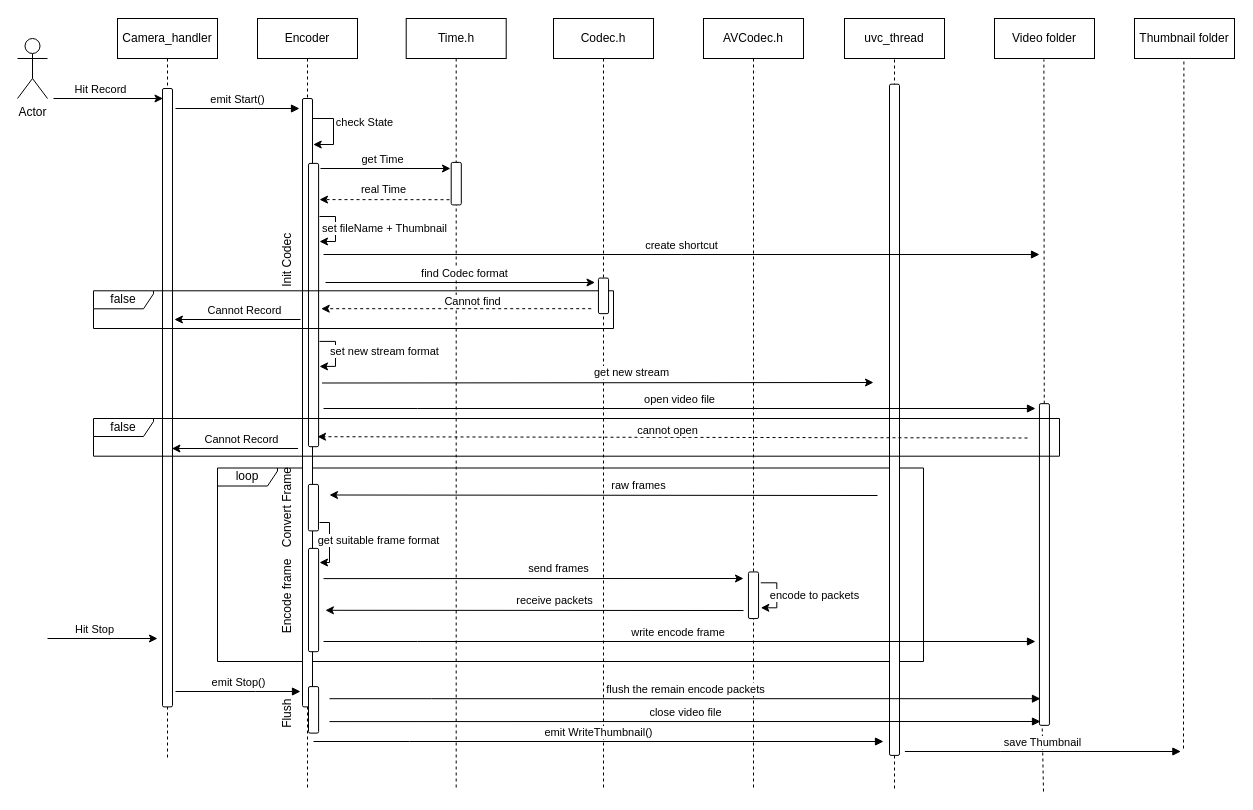
Above: Internal_Project.drawio in GNV8HC/Exercise (draw.io), before the change. Source tidied: cells renumbered, new cells numbered last; positions are measured from the earlier drawing's top-left corner, leaving out a move shared by most shapes. Both pictures are drawn from the tidied source at 100%, with x=0, y=0 at pixel (-142, 18).
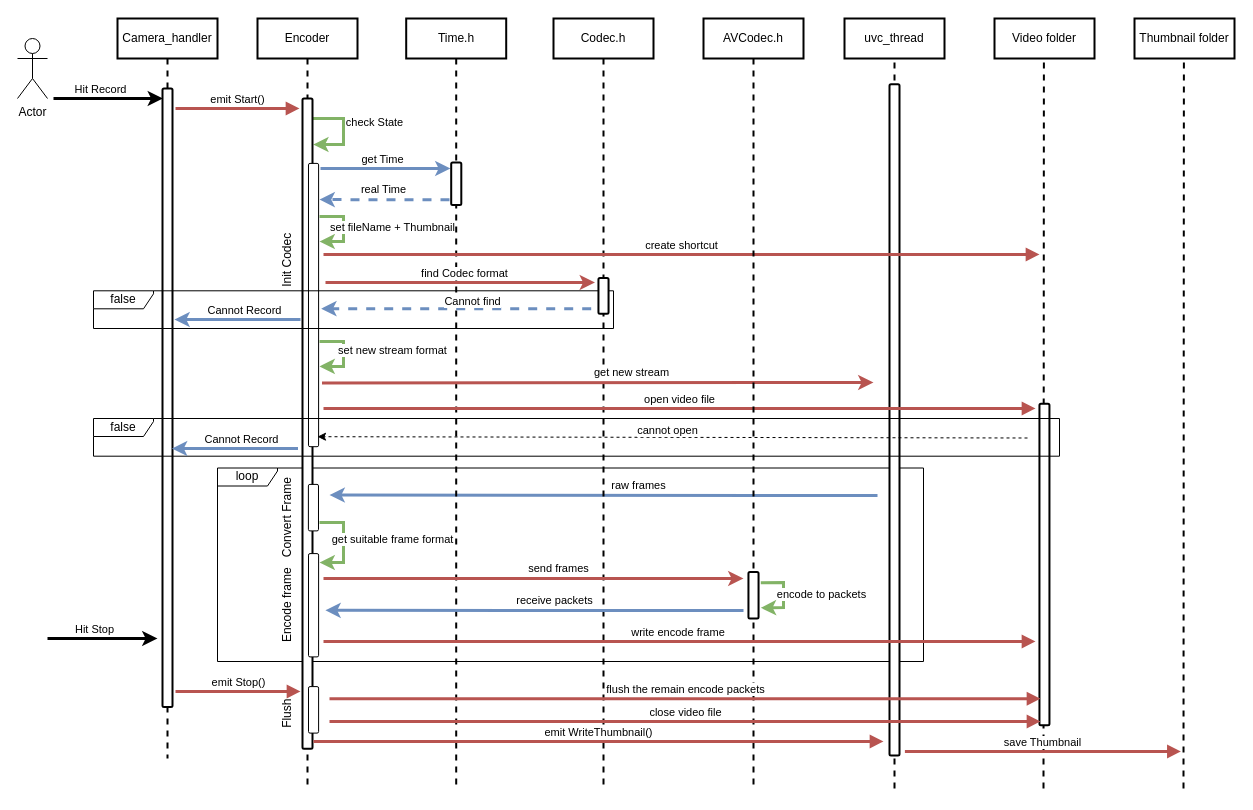
The same diagram, later.

Change to the diagram source:
```diff
@@
-    <mxCell id="3" value="Camera_handler" style="shape=umlLifeline;perimeter=lifelinePerimeter;whiteSpace=wrap;html=1;newEdgeStyle={&quot;edgeStyle&quot;:&quot;elbowEdgeStyle&quot;,&quot;elbow&quot;:&quot;vertical&quot;,&quot;curved&quot;:0,&quot;rounded&quot;:0};" parent="1" vertex="1">
+    <mxCell id="3" value="Camera_handler" style="shape=umlLifeline;perimeter=lifelinePerimeter;whiteSpace=wrap;html=1;newEdgeStyle={&quot;edgeStyle&quot;:&quot;elbowEdgeStyle&quot;,&quot;elbow&quot;:&quot;vertical&quot;,&quot;curved&quot;:0,&quot;rounded&quot;:0};strokeWidth=2;" parent="1" vertex="1">
       <mxGeometry x="259" width="100" height="740" as="geometry" />
     </mxCell>
-    <mxCell id="4" value="Encoder" style="shape=umlLifeline;perimeter=lifelinePerimeter;whiteSpace=wrap;html=1;newEdgeStyle={&quot;edgeStyle&quot;:&quot;elbowEdgeStyle&quot;,&quot;elbow&quot;:&quot;vertical&quot;,&quot;curved&quot;:0,&quot;rounded&quot;:0};" parent="1" vertex="1">
+    <mxCell id="4" value="Encoder" style="shape=umlLifeline;perimeter=lifelinePerimeter;whiteSpace=wrap;html=1;newEdgeStyle={&quot;edgeStyle&quot;:&quot;elbowEdgeStyle&quot;,&quot;elbow&quot;:&quot;vertical&quot;,&quot;curved&quot;:0,&quot;rounded&quot;:0};strokeWidth=2;" parent="1" vertex="1">
       <mxGeometry x="399" width="100" height="770" as="geometry" />
     </mxCell>
-    <mxCell id="5" value="emit Start()" style="html=1;verticalAlign=bottom;endArrow=block;edgeStyle=elbowEdgeStyle;elbow=vertical;curved=0;rounded=0;" parent="1" edge="1">
+    <mxCell id="5" value="emit Start()" style="html=1;verticalAlign=bottom;endArrow=block;edgeStyle=elbowEdgeStyle;elbow=vertical;curved=0;rounded=0;fillColor=#f8cecc;strokeColor=#b85450;strokeWidth=3;" parent="1" edge="1">
       <mxGeometry relative="1" as="geometry">
         <mxPoint x="317" y="90" as="sourcePoint" />
         <mxPoint x="441" y="90" as="targetPoint" />
         <Array as="points">
           <mxPoint x="396" y="90" />
         </Array>
       </mxGeometry>
     </mxCell>
-    <mxCell id="6" value="uvc_thread" style="rounded=0;whiteSpace=wrap;html=1;" parent="1" vertex="1">
+    <mxCell id="6" value="uvc_thread" style="rounded=0;whiteSpace=wrap;html=1;strokeWidth=2;" parent="1" vertex="1">
       <mxGeometry x="986" width="100" height="40" as="geometry" />
     </mxCell>
-    <mxCell id="7" style="endArrow=classic;html=1;rounded=0;" parent="1" edge="1">
+    <mxCell id="7" style="endArrow=classic;html=1;rounded=0;fillColor=#d5e8d4;strokeColor=#82b366;strokeWidth=3;" parent="1" edge="1">
       <mxGeometry relative="1" as="geometry">
         <mxPoint x="454.5" y="100" as="sourcePoint" />
         <mxPoint x="454.7" y="126" as="targetPoint" />
         <Array as="points">
-          <mxPoint x="475" y="100" />
-          <mxPoint x="475" y="126" />
+          <mxPoint x="485" y="100" />
+          <mxPoint x="485" y="126" />
         </Array>
       </mxGeometry>
     </mxCell>
@@
-    <mxCell id="9" style="rounded=1;whiteSpace=wrap;html=1;rotation=90;" parent="1" vertex="1">
-      <mxGeometry x="144.8" y="379.2" width="608.4" height="10" as="geometry" />
+    <mxCell id="9" style="rounded=1;whiteSpace=wrap;html=1;rotation=90;strokeWidth=2;" parent="1" vertex="1">
+      <mxGeometry x="123.9" y="400.1" width="650.2" height="10" as="geometry" />
     </mxCell>
@@
-    <mxCell id="11" style="rounded=1;whiteSpace=wrap;html=1;rotation=90;" parent="1" vertex="1">
+    <mxCell id="11" style="rounded=1;whiteSpace=wrap;html=1;rotation=90;strokeWidth=2;" parent="1" vertex="1">
       <mxGeometry x="-0.2" y="374.2" width="618.4" height="10" as="geometry" />
     </mxCell>
-    <mxCell id="12" style="endArrow=classic;html=1;rounded=0;" parent="1" edge="1">
+    <mxCell id="12" style="endArrow=classic;html=1;rounded=0;strokeWidth=3;" parent="1" edge="1">
       <mxGeometry relative="1" as="geometry">
         <mxPoint x="195" y="80" as="sourcePoint" />
         <mxPoint x="304.5" y="80" as="targetPoint" />
       </mxGeometry>
     </mxCell>
@@
-    <mxCell id="14" style="endArrow=classic;html=1;rounded=0;" parent="1" edge="1">
+    <mxCell id="14" style="endArrow=classic;html=1;rounded=0;strokeWidth=3;" parent="1" edge="1">
       <mxGeometry relative="1" as="geometry">
         <mxPoint x="189" y="620" as="sourcePoint" />
         <mxPoint x="299" y="620" as="targetPoint" />
       </mxGeometry>
     </mxCell>
@@
-    <mxCell id="16" value="emit Stop()" style="html=1;verticalAlign=bottom;endArrow=block;edgeStyle=elbowEdgeStyle;elbow=vertical;curved=0;rounded=0;" parent="1" edge="1">
+    <mxCell id="16" value="emit Stop()" style="html=1;verticalAlign=bottom;endArrow=block;edgeStyle=elbowEdgeStyle;elbow=vertical;curved=0;rounded=0;fillColor=#f8cecc;strokeColor=#b85450;strokeWidth=3;" parent="1" edge="1">
       <mxGeometry relative="1" as="geometry">
         <mxPoint x="317" y="673" as="sourcePoint" />
         <mxPoint x="442" y="673" as="targetPoint" />
         <Array as="points">
           <mxPoint x="397" y="673" />
         </Array>
       </mxGeometry>
     </mxCell>
-    <mxCell id="17" value="Video folder" style="rounded=0;whiteSpace=wrap;html=1;" parent="1" vertex="1">
+    <mxCell id="17" value="Video folder" style="rounded=0;whiteSpace=wrap;html=1;strokeWidth=2;" parent="1" vertex="1">
       <mxGeometry x="1136" width="100" height="40" as="geometry" />
     </mxCell>
-    <mxCell id="18" value="Thumbnail folder" style="rounded=0;whiteSpace=wrap;html=1;" parent="1" vertex="1">
+    <mxCell id="18" value="Thumbnail folder" style="rounded=0;whiteSpace=wrap;html=1;strokeWidth=2;" parent="1" vertex="1">
       <mxGeometry x="1276" width="100" height="40" as="geometry" />
     </mxCell>
-    <mxCell id="19" style="endArrow=none;dashed=1;html=1;rounded=0;entryX=0.5;entryY=1;entryDx=0;entryDy=0;" parent="1" edge="1" source="55">
+    <mxCell id="19" style="endArrow=none;dashed=1;html=1;rounded=0;entryX=0.5;entryY=1;entryDx=0;entryDy=0;strokeWidth=2;" parent="1" edge="1">
       <mxGeometry relative="1" as="geometry">
+        <mxPoint x="1185" y="770" as="sourcePoint" />
         <mxPoint x="1185.4" y="40.9" as="targetPoint" />
       </mxGeometry>
     </mxCell>
-    <mxCell id="20" style="endArrow=none;dashed=1;html=1;rounded=0;entryX=0.5;entryY=1;entryDx=0;entryDy=0;" parent="1" edge="1">
+    <mxCell id="20" style="endArrow=none;dashed=1;html=1;rounded=0;entryX=0.5;entryY=1;entryDx=0;entryDy=0;strokeWidth=2;" parent="1" edge="1">
       <mxGeometry relative="1" as="geometry">
-        <mxPoint x="1325" y="730" as="sourcePoint" />
+        <mxPoint x="1325" y="770" as="sourcePoint" />
         <mxPoint x="1325.4" y="40.9" as="targetPoint" />
       </mxGeometry>
     </mxCell>
-    <mxCell id="21" style="endArrow=classic;html=1;rounded=0;" parent="1" edge="1">
+    <mxCell id="21" style="endArrow=classic;html=1;rounded=0;fillColor=#dae8fc;strokeColor=#6c8ebf;strokeWidth=3;" parent="1" edge="1">
       <mxGeometry relative="1" as="geometry">
         <mxPoint x="462" y="150" as="sourcePoint" />
         <mxPoint x="592" y="150" as="targetPoint" />
       </mxGeometry>
     </mxCell>
@@
-    <mxCell id="23" style="endArrow=classic;html=1;rounded=0;" parent="1" edge="1">
+    <mxCell id="23" style="endArrow=classic;html=1;rounded=0;fillColor=#dae8fc;strokeColor=#6c8ebf;strokeWidth=3;" parent="1" edge="1">
       <mxGeometry relative="1" as="geometry">
         <mxPoint x="1019" y="477" as="sourcePoint" />
         <mxPoint x="471" y="476.5" as="targetPoint" />
       </mxGeometry>
     </mxCell>
@@
-    <mxCell id="25" value="Time.h" style="shape=umlLifeline;perimeter=lifelinePerimeter;whiteSpace=wrap;html=1;newEdgeStyle={&quot;edgeStyle&quot;:&quot;elbowEdgeStyle&quot;,&quot;elbow&quot;:&quot;vertical&quot;,&quot;curved&quot;:0,&quot;rounded&quot;:0};" parent="1" vertex="1">
+    <mxCell id="25" value="Time.h" style="shape=umlLifeline;perimeter=lifelinePerimeter;whiteSpace=wrap;html=1;newEdgeStyle={&quot;edgeStyle&quot;:&quot;elbowEdgeStyle&quot;,&quot;elbow&quot;:&quot;vertical&quot;,&quot;curved&quot;:0,&quot;rounded&quot;:0};strokeWidth=2;" parent="1" vertex="1">
       <mxGeometry x="547.7" width="100" height="770" as="geometry" />
     </mxCell>
@@
-    <mxCell id="27" style="rounded=1;whiteSpace=wrap;html=1;rotation=90;" parent="1" vertex="1">
+    <mxCell id="27" style="rounded=1;whiteSpace=wrap;html=1;rotation=90;strokeWidth=2;" parent="1" vertex="1">
       <mxGeometry x="576.5" y="160.1" width="42.5" height="10.1" as="geometry" />
     </mxCell>
@@
-    <mxCell id="29" style="endArrow=classic;html=1;rounded=0;dashed=1;" parent="1" edge="1">
+    <mxCell id="29" style="endArrow=classic;html=1;rounded=0;dashed=1;strokeWidth=3;fillColor=#dae8fc;strokeColor=#6c8ebf;" parent="1" edge="1">
       <mxGeometry relative="1" as="geometry">
         <mxPoint x="591" y="181.2" as="sourcePoint" />
         <mxPoint x="461" y="181.1" as="targetPoint" />
       </mxGeometry>
     </mxCell>
@@
-    <mxCell id="31" style="endArrow=classic;html=1;rounded=0;" parent="1" edge="1">
+    <mxCell id="31" style="endArrow=classic;html=1;rounded=0;fillColor=#d5e8d4;strokeColor=#82b366;strokeWidth=3;" parent="1" edge="1">
       <mxGeometry relative="1" as="geometry">
         <mxPoint x="461" y="198" as="sourcePoint" />
         <mxPoint x="461" y="223" as="targetPoint" />
         <Array as="points">
-          <mxPoint x="477" y="198" />
-          <mxPoint x="477" y="223" />
+          <mxPoint x="485" y="198" />
+          <mxPoint x="485" y="223" />
         </Array>
       </mxGeometry>
     </mxCell>
@@
-    <mxCell id="33" value="Codec.h" style="shape=umlLifeline;perimeter=lifelinePerimeter;whiteSpace=wrap;html=1;newEdgeStyle={&quot;edgeStyle&quot;:&quot;elbowEdgeStyle&quot;,&quot;elbow&quot;:&quot;vertical&quot;,&quot;curved&quot;:0,&quot;rounded&quot;:0};" parent="1" vertex="1">
+    <mxCell id="33" value="Codec.h" style="shape=umlLifeline;perimeter=lifelinePerimeter;whiteSpace=wrap;html=1;newEdgeStyle={&quot;edgeStyle&quot;:&quot;elbowEdgeStyle&quot;,&quot;elbow&quot;:&quot;vertical&quot;,&quot;curved&quot;:0,&quot;rounded&quot;:0};strokeWidth=2;" parent="1" vertex="1">
       <mxGeometry x="695" width="100" height="770" as="geometry" />
     </mxCell>
-    <mxCell id="34" style="endArrow=none;dashed=1;html=1;rounded=0;entryX=0.5;entryY=1;entryDx=0;entryDy=0;" parent="1" edge="1">
+    <mxCell id="34" style="endArrow=none;dashed=1;html=1;rounded=0;entryX=0.5;entryY=1;entryDx=0;entryDy=0;strokeWidth=2;" parent="1" edge="1">
       <mxGeometry relative="1" as="geometry">
         <mxPoint x="1036" y="770" as="sourcePoint" />
         <mxPoint x="1036" y="40.9" as="targetPoint" />
       </mxGeometry>
     </mxCell>
-    <mxCell id="35" style="rounded=1;whiteSpace=wrap;html=1;rotation=90;" parent="1" vertex="1">
+    <mxCell id="35" style="rounded=1;whiteSpace=wrap;html=1;rotation=90;strokeWidth=2;" parent="1" vertex="1">
       <mxGeometry x="700.4" y="396.3" width="671.2" height="10" as="geometry" />
     </mxCell>
-    <mxCell id="36" value="create shortcut" style="html=1;verticalAlign=bottom;endArrow=block;edgeStyle=elbowEdgeStyle;elbow=vertical;curved=0;rounded=0;" parent="1" edge="1">
+    <mxCell id="36" value="create shortcut" style="html=1;verticalAlign=bottom;endArrow=block;edgeStyle=elbowEdgeStyle;elbow=vertical;curved=0;rounded=0;fillColor=#f8cecc;strokeColor=#b85450;strokeWidth=3;" parent="1" edge="1">
       <mxGeometry relative="1" as="geometry">
         <mxPoint x="465" y="236" as="sourcePoint" />
         <mxPoint x="1181" y="236" as="targetPoint" />
       </mxGeometry>
     </mxCell>
-    <mxCell id="37" style="endArrow=classic;html=1;rounded=0;" parent="1" edge="1">
+    <mxCell id="37" style="endArrow=classic;html=1;rounded=0;fillColor=#f8cecc;strokeColor=#b85450;strokeWidth=3;" parent="1" edge="1">
       <mxGeometry relative="1" as="geometry">
         <mxPoint x="467" y="264" as="sourcePoint" />
         <mxPoint x="736.5" y="264" as="targetPoint" />
       </mxGeometry>
     </mxCell>
@@
-    <mxCell id="39" style="endArrow=classic;html=1;rounded=0;dashed=1;" parent="1" edge="1">
+    <mxCell id="39" style="endArrow=classic;html=1;rounded=0;dashed=1;fillColor=#dae8fc;strokeColor=#6c8ebf;strokeWidth=3;" parent="1" edge="1">
       <mxGeometry relative="1" as="geometry">
         <mxPoint x="732.7" y="290.2" as="sourcePoint" />
         <mxPoint x="462.7" y="290.2" as="targetPoint" />
       </mxGeometry>
     </mxCell>
@@
-    <mxCell id="41" style="endArrow=classic;html=1;rounded=0;" parent="1" edge="1">
+    <mxCell id="41" style="endArrow=classic;html=1;rounded=0;fillColor=#dae8fc;strokeColor=#6c8ebf;strokeWidth=3;" parent="1" edge="1">
       <mxGeometry relative="1" as="geometry">
         <mxPoint x="442" y="301" as="sourcePoint" />
         <mxPoint x="315.9" y="301" as="targetPoint" />
       </mxGeometry>
     </mxCell>
@@
-    <mxCell id="43" style="endArrow=classic;html=1;rounded=0;" parent="1" edge="1">
+    <mxCell id="43" style="endArrow=classic;html=1;rounded=0;strokeWidth=3;fillColor=#d5e8d4;strokeColor=#82b366;" parent="1" edge="1">
       <mxGeometry relative="1" as="geometry">
         <mxPoint x="461" y="322.9" as="sourcePoint" />
         <mxPoint x="461" y="347.9" as="targetPoint" />
         <Array as="points">
-          <mxPoint x="477" y="322.9" />
-          <mxPoint x="477" y="347.9" />
+          <mxPoint x="485" y="323" />
+          <mxPoint x="485" y="348" />
         </Array>
       </mxGeometry>
     </mxCell>
@@
-    <mxCell id="45" style="endArrow=classic;html=1;rounded=0;exitX=0.855;exitY=-0.145;exitDx=0;exitDy=0;exitPerimeter=0;" parent="1" edge="1">
+    <mxCell id="45" style="endArrow=classic;html=1;rounded=0;exitX=0.855;exitY=-0.145;exitDx=0;exitDy=0;exitPerimeter=0;fillColor=#f8cecc;strokeColor=#b85450;strokeWidth=3;" parent="1" edge="1">
       <mxGeometry relative="1" as="geometry">
         <mxPoint x="463.5" y="364.5" as="sourcePoint" />
         <mxPoint x="1015" y="364" as="targetPoint" />
       </mxGeometry>
     </mxCell>
@@
-    <mxCell id="48" style="rounded=1;whiteSpace=wrap;html=1;rotation=90;" parent="1" vertex="1">
+    <mxCell id="48" style="rounded=1;whiteSpace=wrap;html=1;rotation=90;strokeWidth=2;" parent="1" vertex="1">
       <mxGeometry x="727.2" y="272.3" width="35.6" height="10.1" as="geometry" />
     </mxCell>
@@
     <mxCell id="50" value="Convert Frame" style="text;html=1;strokeColor=none;fillColor=none;align=center;verticalAlign=middle;whiteSpace=wrap;rounded=0;rotation=-90;" parent="1" vertex="1">
-      <mxGeometry x="387" y="474.2" width="84" height="30" as="geometry" />
+      <mxGeometry x="387" y="484.2" width="84" height="30" as="geometry" />
     </mxCell>
     <mxCell id="51" style="rounded=1;whiteSpace=wrap;html=1;rotation=90;" parent="1" vertex="1">
-      <mxGeometry x="403.4" y="576.5" width="103.3" height="10.1" as="geometry" />
+      <mxGeometry x="403.4" y="581.7" width="103.3" height="10.1" as="geometry" />
     </mxCell>
-    <mxCell id="52" style="endArrow=classic;html=1;rounded=0;" parent="1" edge="1">
+    <mxCell id="52" style="endArrow=classic;html=1;rounded=0;fillColor=#d5e8d4;strokeColor=#82b366;strokeWidth=3;" parent="1" edge="1">
       <mxGeometry relative="1" as="geometry">
         <mxPoint x="461" y="504" as="sourcePoint" />
         <mxPoint x="461" y="544" as="targetPoint" />
         <Array as="points">
-          <mxPoint x="471" y="504" />
-          <mxPoint x="471" y="544" />
+          <mxPoint x="485" y="504" />
+          <mxPoint x="485" y="544" />
         </Array>
       </mxGeometry>
     </mxCell>
@@
-    <mxCell id="54" style="endArrow=none;dashed=1;html=1;rounded=0;entryX=0.5;entryY=1;entryDx=0;entryDy=0;" parent="1" edge="1">
-      <mxGeometry relative="1" as="geometry">
-        <mxPoint x="1185" y="773" as="sourcePoint" />
-        <mxPoint x="1181" y="570.8" as="targetPoint" />
-      </mxGeometry>
-    </mxCell>
-    <mxCell id="55" style="rounded=1;whiteSpace=wrap;html=1;rotation=90;" parent="1" vertex="1">
+    <mxCell id="55" style="rounded=1;whiteSpace=wrap;html=1;rotation=90;strokeWidth=2;" parent="1" vertex="1">
       <mxGeometry x="1025.1" y="541" width="321.7" height="10" as="geometry" />
     </mxCell>
-    <mxCell id="56" value="open video file" style="html=1;verticalAlign=bottom;endArrow=block;edgeStyle=elbowEdgeStyle;elbow=vertical;curved=0;rounded=0;" parent="1" edge="1">
+    <mxCell id="56" value="open video file" style="html=1;verticalAlign=bottom;endArrow=block;edgeStyle=elbowEdgeStyle;elbow=vertical;curved=0;rounded=0;fillColor=#f8cecc;strokeColor=#b85450;strokeWidth=3;" parent="1" edge="1">
       <mxGeometry relative="1" as="geometry">
         <mxPoint x="465" y="390" as="sourcePoint" />
         <mxPoint x="1177" y="390" as="targetPoint" />
         <Array as="points">
           <mxPoint x="559" y="390" />
         </Array>
       </mxGeometry>
     </mxCell>
     <mxCell id="57" value="Encode frame" style="text;html=1;strokeColor=none;fillColor=none;align=center;verticalAlign=middle;whiteSpace=wrap;rounded=0;rotation=-90;" parent="1" vertex="1">
-      <mxGeometry x="387" y="563" width="84" height="30" as="geometry" />
+      <mxGeometry x="387" y="571.7" width="84" height="30" as="geometry" />
     </mxCell>
-    <mxCell id="58" value="AVCodec.h" style="shape=umlLifeline;perimeter=lifelinePerimeter;whiteSpace=wrap;html=1;newEdgeStyle={&quot;edgeStyle&quot;:&quot;elbowEdgeStyle&quot;,&quot;elbow&quot;:&quot;vertical&quot;,&quot;curved&quot;:0,&quot;rounded&quot;:0};" parent="1" vertex="1">
+    <mxCell id="58" value="AVCodec.h" style="shape=umlLifeline;perimeter=lifelinePerimeter;whiteSpace=wrap;html=1;newEdgeStyle={&quot;edgeStyle&quot;:&quot;elbowEdgeStyle&quot;,&quot;elbow&quot;:&quot;vertical&quot;,&quot;curved&quot;:0,&quot;rounded&quot;:0};strokeWidth=2;" parent="1" vertex="1">
       <mxGeometry x="845" width="100" height="770" as="geometry" />
     </mxCell>
-    <mxCell id="59" style="endArrow=classic;html=1;rounded=0;exitX=0.855;exitY=-0.145;exitDx=0;exitDy=0;exitPerimeter=0;" parent="1" edge="1">
+    <mxCell id="59" style="endArrow=classic;html=1;rounded=0;exitX=0.855;exitY=-0.145;exitDx=0;exitDy=0;exitPerimeter=0;strokeWidth=3;fillColor=#f8cecc;strokeColor=#b85450;" parent="1" edge="1">
       <mxGeometry relative="1" as="geometry">
         <mxPoint x="465" y="560.1" as="sourcePoint" />
         <mxPoint x="885" y="560" as="targetPoint" />
       </mxGeometry>
     </mxCell>
@@
-    <mxCell id="61" style="rounded=1;whiteSpace=wrap;html=1;rotation=90;" parent="1" vertex="1">
+    <mxCell id="61" style="rounded=1;whiteSpace=wrap;html=1;rotation=90;strokeWidth=2;" parent="1" vertex="1">
       <mxGeometry x="871.7" y="571.7" width="46.6" height="10.1" as="geometry" />
     </mxCell>
-    <mxCell id="62" style="endArrow=classic;html=1;rounded=0;" parent="1" edge="1">
+    <mxCell id="62" style="endArrow=classic;html=1;rounded=0;fillColor=#dae8fc;strokeColor=#6c8ebf;strokeWidth=3;" parent="1" edge="1">
       <mxGeometry relative="1" as="geometry">
         <mxPoint x="885" y="592" as="sourcePoint" />
         <mxPoint x="466.9" y="591.8" as="targetPoint" />
       </mxGeometry>
     </mxCell>
@@
-    <mxCell id="64" value="write encode frame&amp;nbsp;" style="html=1;verticalAlign=bottom;endArrow=block;edgeStyle=elbowEdgeStyle;elbow=vertical;curved=0;rounded=0;" parent="1" edge="1">
+    <mxCell id="64" value="write encode frame&amp;nbsp;" style="html=1;verticalAlign=bottom;endArrow=block;edgeStyle=elbowEdgeStyle;elbow=vertical;curved=0;rounded=0;fillColor=#f8cecc;strokeColor=#b85450;strokeWidth=3;" parent="1" edge="1">
       <mxGeometry relative="1" as="geometry">
         <mxPoint x="465" y="623" as="sourcePoint" />
         <mxPoint x="1177" y="623" as="targetPoint" />
         <Array as="points">
           <mxPoint x="559" y="623" />
         </Array>
       </mxGeometry>
     </mxCell>
-    <mxCell id="65" value="emit WriteThumbnail()" style="html=1;verticalAlign=bottom;endArrow=block;edgeStyle=elbowEdgeStyle;elbow=vertical;curved=0;rounded=0;" parent="1" edge="1">
+    <mxCell id="65" value="emit WriteThumbnail()" style="html=1;verticalAlign=bottom;endArrow=block;edgeStyle=elbowEdgeStyle;elbow=vertical;curved=0;rounded=0;fillColor=#f8cecc;strokeColor=#b85450;strokeWidth=3;" parent="1" edge="1">
       <mxGeometry relative="1" as="geometry">
         <mxPoint x="455" y="723" as="sourcePoint" />
         <mxPoint x="1025" y="723" as="targetPoint" />
         <Array as="points">
           <mxPoint x="551" y="723" />
         </Array>
       </mxGeometry>
     </mxCell>
-    <mxCell id="66" value="save Thumbnail" style="html=1;verticalAlign=bottom;endArrow=block;edgeStyle=elbowEdgeStyle;elbow=vertical;curved=0;rounded=0;" parent="1" edge="1">
+    <mxCell id="66" value="save Thumbnail" style="html=1;verticalAlign=bottom;endArrow=block;edgeStyle=elbowEdgeStyle;elbow=vertical;curved=0;rounded=0;strokeWidth=3;fillColor=#f8cecc;strokeColor=#b85450;" parent="1" edge="1">
       <mxGeometry relative="1" as="geometry">
         <mxPoint x="1046.4" y="733" as="sourcePoint" />
         <mxPoint x="1322.4" y="733" as="targetPoint" />
         <Array as="points">
           <mxPoint x="1142.4" y="733" />
         </Array>
       </mxGeometry>
     </mxCell>
-    <mxCell id="67" style="endArrow=classic;html=1;rounded=0;" parent="1" edge="1">
+    <mxCell id="67" style="endArrow=classic;html=1;rounded=0;fillColor=#d5e8d4;strokeColor=#82b366;strokeWidth=3;" parent="1" edge="1">
       <mxGeometry relative="1" as="geometry">
         <mxPoint x="902.3" y="564.3" as="sourcePoint" />
         <mxPoint x="902.3" y="589.3" as="targetPoint" />
         <Array as="points">
-          <mxPoint x="918.3" y="564.3" />
-          <mxPoint x="918.3" y="589.3" />
+          <mxPoint x="925" y="564" />
+          <mxPoint x="925" y="589" />
         </Array>
       </mxGeometry>
     </mxCell>
@@
-    <mxCell id="71" value="flush the remain encode packets" style="html=1;verticalAlign=bottom;endArrow=block;edgeStyle=elbowEdgeStyle;elbow=vertical;curved=0;rounded=0;" parent="1" edge="1">
+    <mxCell id="71" value="flush the remain encode packets" style="html=1;verticalAlign=bottom;endArrow=block;edgeStyle=elbowEdgeStyle;elbow=vertical;curved=0;rounded=0;fillColor=#f8cecc;strokeColor=#b85450;strokeWidth=3;" parent="1" edge="1">
       <mxGeometry relative="1" as="geometry">
         <mxPoint x="471" y="680.2" as="sourcePoint" />
         <mxPoint x="1182" y="680.2" as="targetPoint" />
         <Array as="points">
           <mxPoint x="573" y="680.2" />
         </Array>
       </mxGeometry>
     </mxCell>
-    <mxCell id="72" value="close video file" style="html=1;verticalAlign=bottom;endArrow=block;edgeStyle=elbowEdgeStyle;elbow=vertical;curved=0;rounded=0;" parent="1" edge="1">
+    <mxCell id="72" value="close video file" style="html=1;verticalAlign=bottom;endArrow=block;edgeStyle=elbowEdgeStyle;elbow=vertical;curved=0;rounded=0;fillColor=#f8cecc;strokeColor=#b85450;strokeWidth=3;" parent="1" edge="1">
       <mxGeometry relative="1" as="geometry">
         <mxPoint x="471" y="703.1" as="sourcePoint" />
         <mxPoint x="1182" y="703.1" as="targetPoint" />
         <Array as="points">
           <mxPoint x="573" y="703" />
         </Array>
       </mxGeometry>
     </mxCell>
@@
-    <mxCell id="76" style="endArrow=classic;html=1;rounded=0;" parent="1" edge="1">
+    <mxCell id="76" style="endArrow=classic;html=1;rounded=0;fillColor=#dae8fc;strokeColor=#6c8ebf;strokeWidth=3;" parent="1" edge="1">
       <mxGeometry relative="1" as="geometry">
         <mxPoint x="439.5" y="430" as="sourcePoint" />
         <mxPoint x="313.4" y="430" as="targetPoint" />
       </mxGeometry>
     </mxCell>
```
